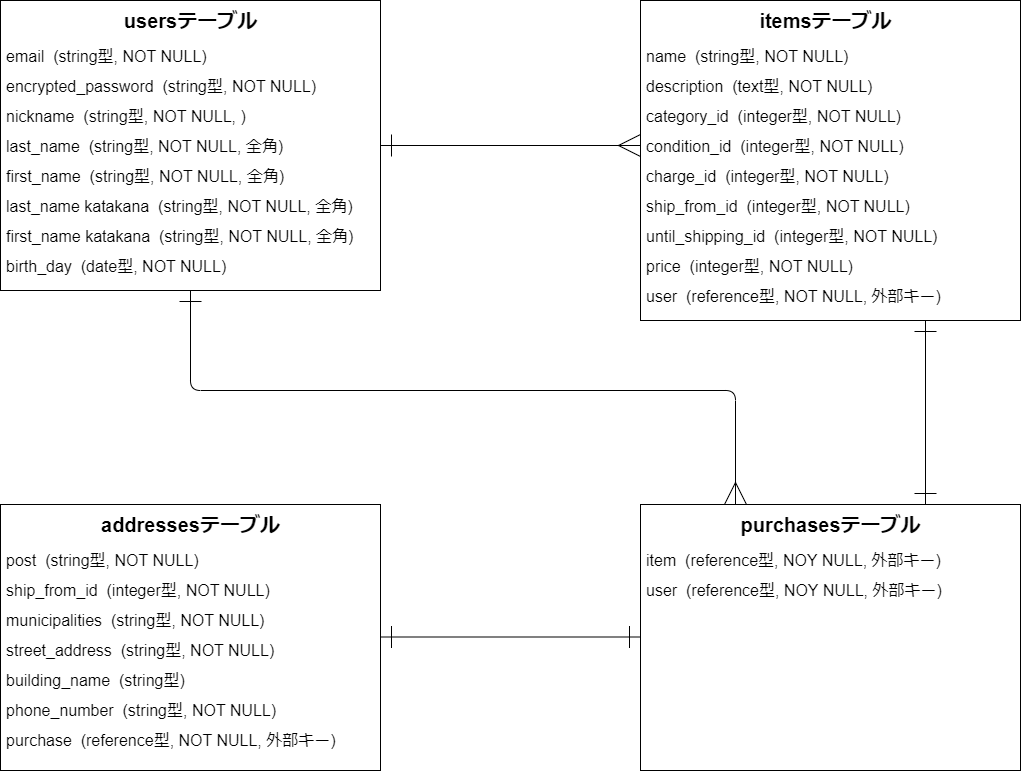
Earlier version of the draw.io export .drawio.png (piyofisu/furima-41017). Source tidied: cells renumbered, new cells last; positions are measured from the earlier drawing's top-left corner, leaving out a move shared by most shapes.
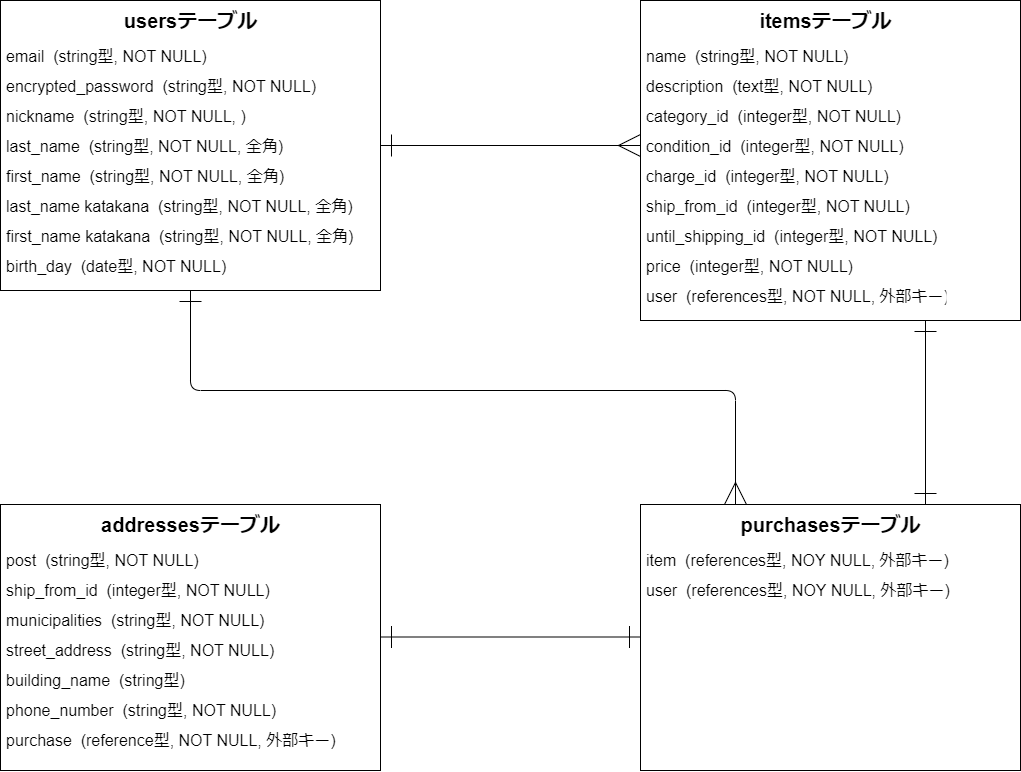
The same diagram one commit later.

The edit, as a diff of the source:
```diff
@@ -58,7 +58,7 @@
     <mxCell id="18" value="price  (integer型, NOT NULL)" style="text;strokeColor=none;fillColor=none;spacingLeft=4;spacingRight=4;overflow=hidden;fontSize=16;" parent="1" vertex="1">
       <mxGeometry x="640" y="250" width="231" height="30" as="geometry" />
     </mxCell>
-    <mxCell id="19" value="user  (reference型, NOT NULL, 外部キー)" style="text;strokeColor=none;fillColor=none;spacingLeft=4;spacingRight=4;overflow=hidden;fontSize=16;" parent="1" vertex="1">
+    <mxCell id="19" value="user  (references型, NOT NULL, 外部キー)" style="text;strokeColor=none;fillColor=none;spacingLeft=4;spacingRight=4;overflow=hidden;fontSize=16;" parent="1" vertex="1">
       <mxGeometry x="640" y="280" width="310" height="30" as="geometry" />
     </mxCell>
     <mxCell id="20" value="category_id  (integer型, NOT NULL)" style="text;strokeColor=none;fillColor=none;spacingLeft=4;spacingRight=4;overflow=hidden;fontSize=16;" parent="1" vertex="1">
@@ -109,10 +109,10 @@
     <mxCell id="35" value="purchasesテーブル" style="text;strokeColor=none;fillColor=none;html=1;fontSize=20;fontStyle=1;verticalAlign=middle;align=center;" parent="1" vertex="1">
       <mxGeometry x="640" y="504" width="380" height="40" as="geometry" />
     </mxCell>
-    <mxCell id="36" value="item  (reference型, NOY NULL, 外部キー)" style="text;strokeColor=none;fillColor=none;spacingLeft=4;spacingRight=4;overflow=hidden;fontSize=16;" parent="1" vertex="1">
+    <mxCell id="36" value="item  (references型, NOY NULL, 外部キー)" style="text;strokeColor=none;fillColor=none;spacingLeft=4;spacingRight=4;overflow=hidden;fontSize=16;" parent="1" vertex="1">
       <mxGeometry x="640" y="544" width="320" height="30" as="geometry" />
     </mxCell>
-    <mxCell id="37" value="user  (reference型, NOY NULL, 外部キー)" style="text;strokeColor=none;fillColor=none;spacingLeft=4;spacingRight=4;overflow=hidden;fontSize=16;" parent="1" vertex="1">
+    <mxCell id="37" value="user  (references型, NOY NULL, 外部キー)" style="text;strokeColor=none;fillColor=none;spacingLeft=4;spacingRight=4;overflow=hidden;fontSize=16;" parent="1" vertex="1">
       <mxGeometry x="640" y="574" width="320" height="30" as="geometry" />
     </mxCell>
     <mxCell id="38" value="purchase  (reference型, NOT NULL, 外部キー)" style="text;strokeColor=none;fillColor=none;spacingLeft=4;spacingRight=4;overflow=hidden;fontSize=16;" parent="1" vertex="1">
```
